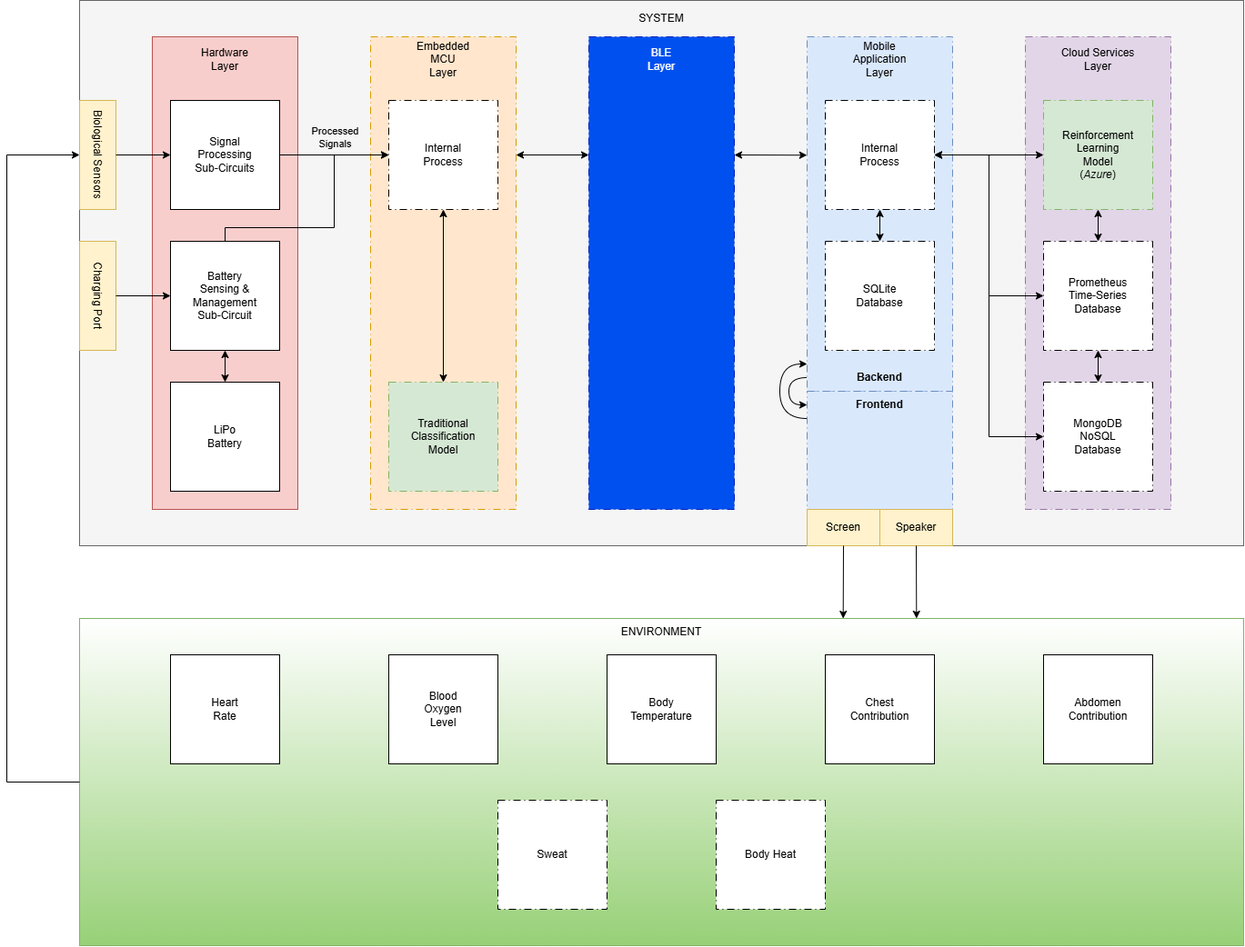
This is system-architecture/assets/white-box.png from ARRR-Coen-Elec-490/docs, a draw.io export, as it was before one commit. Source tidied: cells renumbered, new cells last; positions are measured from the earlier drawing's top-left corner, leaving out a move shared by most shapes.
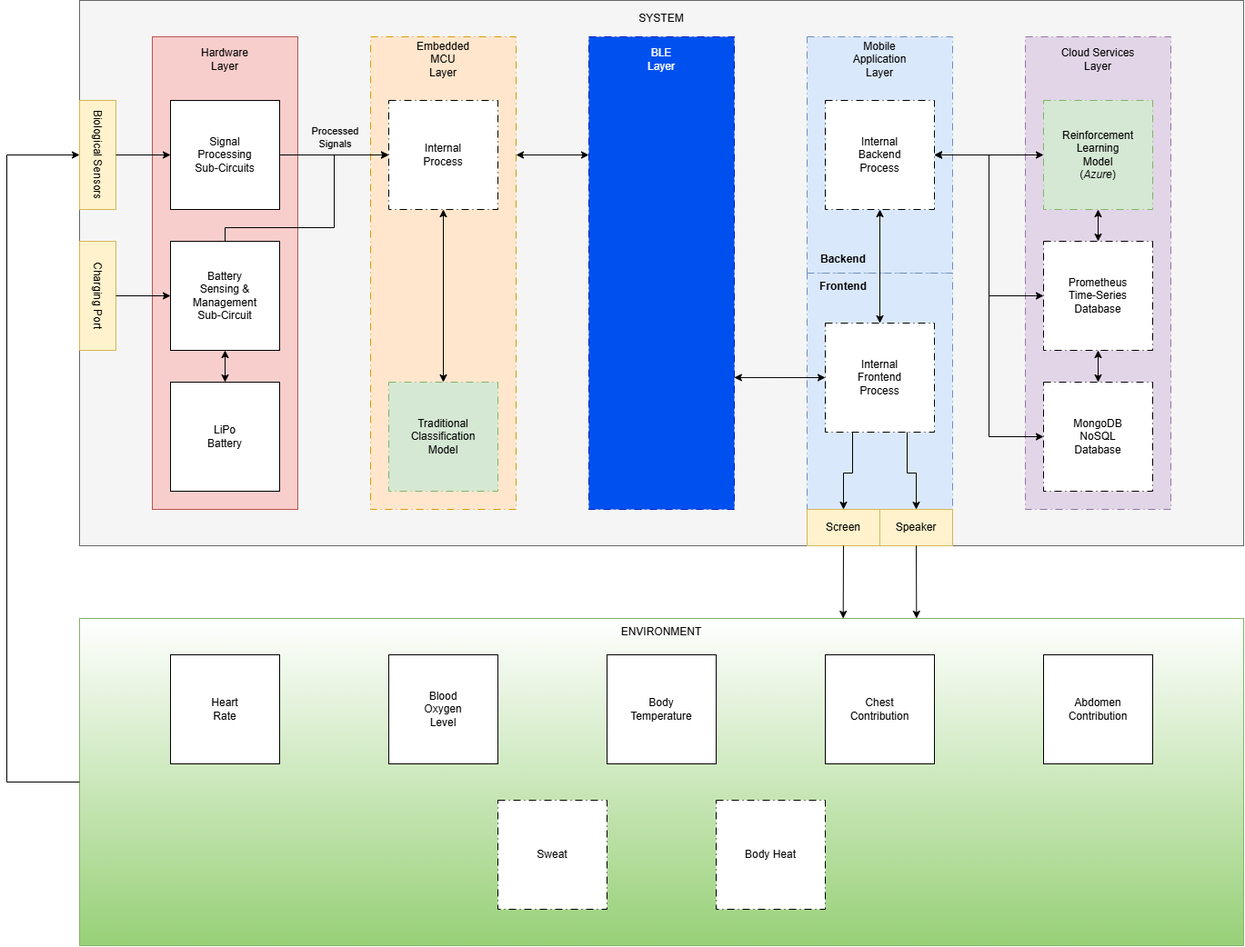
Above is the later version.

The edit, as a diff of the source:
```diff
@@ -12,7 +12,7 @@
       <mxGeometry x="400" y="40" width="160" height="520" as="geometry" />
     </mxCell>
     <mxCell id="5" style="rounded=0;whiteSpace=wrap;html=1;fillColor=#dae8fc;strokeColor=#6c8ebf;dashed=1;dashPattern=8 4 1 4;" parent="1" vertex="1">
-      <mxGeometry x="880" y="40" width="160" height="390" as="geometry" />
+      <mxGeometry x="880" y="40" width="160" height="260" as="geometry" />
     </mxCell>
     <mxCell id="6" style="rounded=0;whiteSpace=wrap;html=1;fillColor=#0050ef;fontColor=#ffffff;strokeColor=#001DBC;dashed=1;dashPattern=8 4 1 4;" parent="1" vertex="1">
       <mxGeometry x="640" y="40" width="160" height="520" as="geometry" />
@@ -42,30 +42,14 @@
       <mxGeometry x="420" y="420" width="120" height="120" as="geometry" />
     </mxCell>
     <mxCell id="15" style="rounded=0;whiteSpace=wrap;html=1;fillColor=#dae8fc;strokeColor=#6c8ebf;dashed=1;dashPattern=8 4 1 4;" parent="1" vertex="1">
-      <mxGeometry x="880" y="430" width="160" height="130" as="geometry" />
+      <mxGeometry x="880" y="300" width="160" height="260" as="geometry" />
     </mxCell>
     <mxCell id="16" value="Backend" style="text;html=1;whiteSpace=wrap;strokeColor=none;fillColor=none;align=center;verticalAlign=middle;rounded=0;fontStyle=1;" parent="1" vertex="1">
-      <mxGeometry x="880" y="400" width="160" height="30" as="geometry" />
+      <mxGeometry x="880" y="270" width="80" height="30" as="geometry" />
     </mxCell>
     <mxCell id="17" value="Frontend" style="text;html=1;whiteSpace=wrap;strokeColor=none;fillColor=none;align=center;verticalAlign=middle;rounded=0;fontStyle=1;" parent="1" vertex="1">
-      <mxGeometry x="880" y="430" width="160" height="30" as="geometry" />
+      <mxGeometry x="880" y="300" width="80" height="30" as="geometry" />
     </mxCell>
-    <mxCell id="18" style="endArrow=classic;html=1;rounded=0;defaultLabelBackgroundColor=page;labelPadding=0 4;entryX=0;entryY=0;entryDx=0;entryDy=0;exitX=0;exitY=1;exitDx=0;exitDy=0;edgeStyle=orthogonalEdgeStyle;curved=1;curveGeometry=1;" parent="1" edge="1" source="17" target="16">
-      <mxGeometry x="0.01" relative="1" as="geometry">
-        <Array as="points">
-          <mxPoint x="850" y="459.9" />
-          <mxPoint x="850" y="399.9" />
-        </Array>
-      </mxGeometry>
-    </mxCell>
-    <mxCell id="19" style="endArrow=classic;html=1;rounded=0;defaultLabelBackgroundColor=page;labelPadding=0 4;exitX=0;exitY=0.5;exitDx=0;exitDy=0;entryX=0;entryY=0.5;entryDx=0;entryDy=0;edgeStyle=orthogonalEdgeStyle;curved=1;curveGeometry=1;" parent="1" edge="1" source="16" target="17">
-      <mxGeometry relative="1" as="geometry">
-        <Array as="points">
-          <mxPoint x="860" y="415" />
-          <mxPoint x="860" y="445" />
-        </Array>
-      </mxGeometry>
-    </mxCell>
     <mxCell id="20" value="Screen" style="rounded=0;whiteSpace=wrap;html=1;fillColor=#fff2cc;strokeColor=#d6b656;" parent="1" vertex="1">
       <mxGeometry x="880" y="560" width="80" height="40" as="geometry" />
     </mxCell>
@@ -75,7 +59,7 @@
     <mxCell id="22" style="endArrow=classic;startArrow=classic;html=1;rounded=0;defaultLabelBackgroundColor=page;labelPadding=0 4;exitX=1;exitY=0.25;exitDx=0;exitDy=0;entryX=0;entryY=0.25;entryDx=0;entryDy=0;" parent="1" edge="1" source="4" target="6">
       <mxGeometry relative="1" as="geometry" />
     </mxCell>
-    <mxCell id="23" style="endArrow=classic;startArrow=classic;html=1;rounded=0;defaultLabelBackgroundColor=page;labelPadding=0 4;exitX=1;exitY=0.25;exitDx=0;exitDy=0;entryX=-0.001;entryY=0.334;entryDx=0;entryDy=0;entryPerimeter=0;" parent="1" edge="1" source="6" target="5">
+    <mxCell id="23" style="endArrow=classic;startArrow=classic;html=1;rounded=0;defaultLabelBackgroundColor=page;labelPadding=0 4;exitX=0.999;exitY=0.721;exitDx=0;exitDy=0;entryX=0;entryY=0.5;entryDx=0;entryDy=0;exitPerimeter=0;" parent="1" edge="1" source="6" target="34">
       <mxGeometry relative="1" as="geometry" />
     </mxCell>
     <mxCell id="24" style="endArrow=classic;html=1;rounded=0;defaultLabelBackgroundColor=page;labelPadding=0 4;exitX=1;exitY=0.5;exitDx=0;exitDy=0;entryX=0;entryY=0.5;entryDx=0;entryDy=0;" parent="1" edge="1" source="37" target="49">
@@ -120,8 +104,8 @@
         </Array>
       </mxGeometry>
     </mxCell>
-    <mxCell id="34" value="SQLite&lt;br&gt;&lt;div&gt;Database&lt;/div&gt;" style="rounded=0;whiteSpace=wrap;html=1;dashed=1;dashPattern=8 4 1 4;" parent="1" vertex="1">
-      <mxGeometry x="900" y="265" width="120" height="120" as="geometry" />
+    <mxCell id="34" value="Internal&lt;div&gt;Frontend&lt;/div&gt;&lt;div&gt;Process&lt;/div&gt;" style="rounded=0;whiteSpace=wrap;html=1;dashed=1;dashPattern=8 4 1 4;" parent="1" vertex="1">
+      <mxGeometry x="900" y="355" width="120" height="120" as="geometry" />
     </mxCell>
     <mxCell id="35" style="rounded=0;whiteSpace=wrap;html=1;fillColor=default;gradientColor=#97d077;strokeColor=#82b366;" parent="1" vertex="1">
       <mxGeometry x="80" y="680" width="1280" height="360" as="geometry" />
@@ -179,7 +163,7 @@
     <mxCell id="49" value="Internal&lt;div&gt;Process&lt;/div&gt;" style="rounded=0;whiteSpace=wrap;html=1;dashed=1;dashPattern=8 4 1 4;" parent="1" vertex="1">
       <mxGeometry x="420" y="110" width="120" height="120" as="geometry" />
     </mxCell>
-    <mxCell id="50" value="Internal&lt;div&gt;Process&lt;/div&gt;" style="rounded=0;whiteSpace=wrap;html=1;dashed=1;dashPattern=8 4 1 4;" parent="1" vertex="1">
+    <mxCell id="50" value="Internal&lt;div&gt;Backend&lt;br&gt;&lt;div&gt;Process&lt;/div&gt;&lt;/div&gt;" style="rounded=0;whiteSpace=wrap;html=1;dashed=1;dashPattern=8 4 1 4;" parent="1" vertex="1">
       <mxGeometry x="900" y="110" width="120" height="120" as="geometry" />
     </mxCell>
     <mxCell id="51" style="endArrow=classic;startArrow=classic;html=1;rounded=0;defaultLabelBackgroundColor=page;labelPadding=0 4;entryX=0.5;entryY=1;entryDx=0;entryDy=0;exitX=0.5;exitY=0;exitDx=0;exitDy=0;" parent="1" edge="1" source="14" target="49">
@@ -209,5 +193,21 @@
     <mxCell id="59" value="Body Heat" style="rounded=0;whiteSpace=wrap;html=1;dashed=1;dashPattern=8 4 1 4;" parent="1" vertex="1">
       <mxGeometry x="780" y="880" width="120" height="120" as="geometry" />
     </mxCell>
+    <mxCell id="60" style="endArrow=classic;html=1;rounded=0;defaultLabelBackgroundColor=page;labelPadding=0 4;exitX=0.25;exitY=1;exitDx=0;exitDy=0;" parent="1" edge="1" source="34" target="20">
+      <mxGeometry relative="1" as="geometry">
+        <Array as="points">
+          <mxPoint x="930" y="520" />
+          <mxPoint x="920" y="520" />
+        </Array>
+      </mxGeometry>
+    </mxCell>
+    <mxCell id="61" style="endArrow=classic;html=1;rounded=0;defaultLabelBackgroundColor=page;labelPadding=0 4;exitX=0.75;exitY=1;exitDx=0;exitDy=0;entryX=0.5;entryY=0;entryDx=0;entryDy=0;" parent="1" edge="1" source="34" target="21">
+      <mxGeometry relative="1" as="geometry">
+        <Array as="points">
+          <mxPoint x="990" y="520" />
+          <mxPoint x="1000" y="520" />
+        </Array>
+      </mxGeometry>
+    </mxCell>
   </root>
 </mxGraphModel>
```
